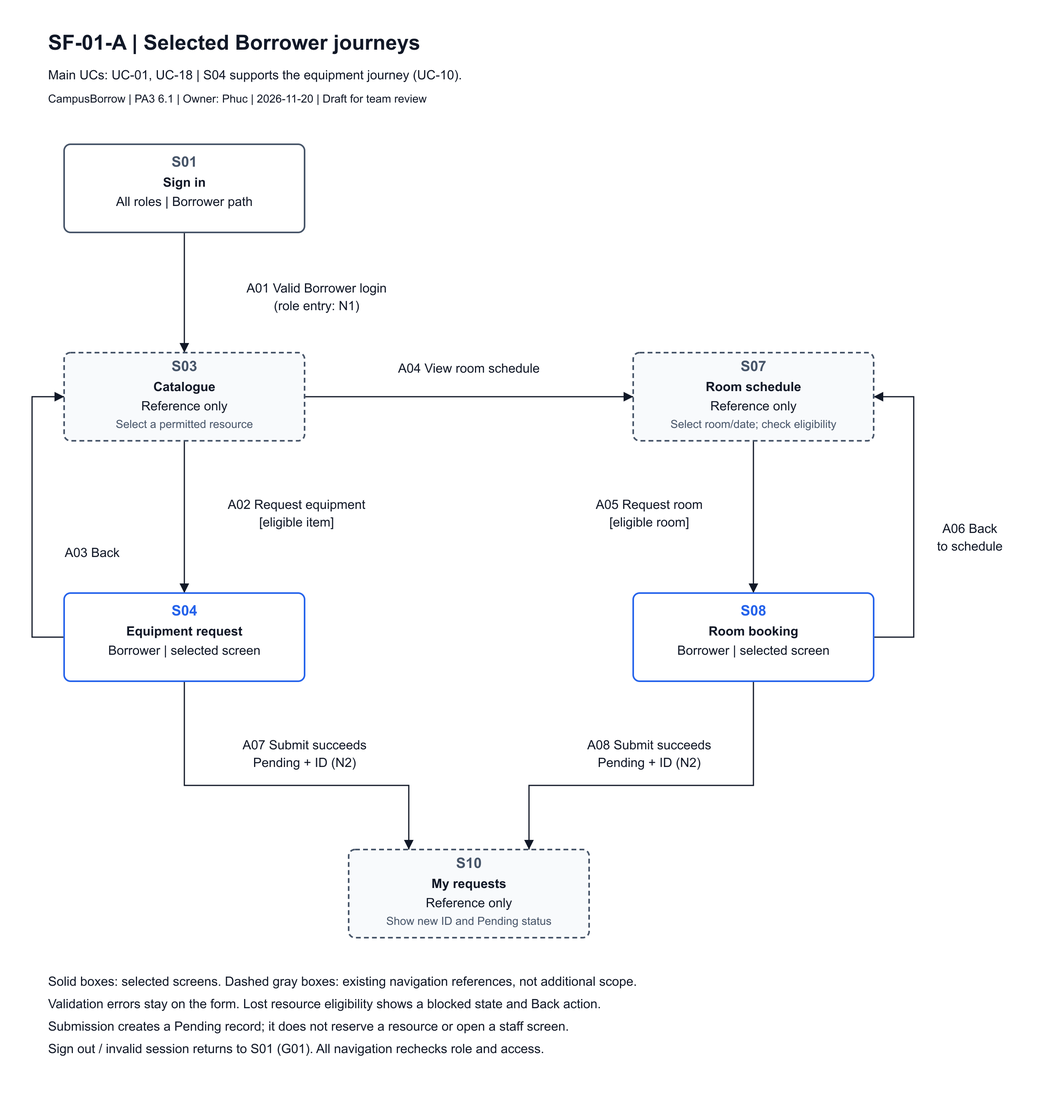
Earlier version of the draw.io export docs/design/screen-flow/SF-01-A_borrower.drawio.png (JuliaTrang/T09-CampusBorrow). Source tidied: cells renumbered, new cells last; positions are measured from the earlier drawing's top-left corner, leaving out a move shared by most shapes. Its diagram source:
```xml
<mxGraphModel background="#FFFFFF">
  <root>
    <mxCell id="0" />
    <mxCell id="1" parent="0" />
    <mxCell id="2" value="SF-01-A | Selected Borrower journeys" style="text;html=0;align=left;verticalAlign=top;whiteSpace=wrap;overflow=visible;fontFamily=Arial;fontSize=26;fontColor=#111827;fontStyle=1;spacing=0;" parent="1" vertex="1">
      <mxGeometry x="20" width="1200" height="35" as="geometry" />
    </mxCell>
    <mxCell id="3" value="Main UCs: UC-01, UC-18 | S04 supports the equipment journey (UC-10)." style="text;html=0;align=left;verticalAlign=top;whiteSpace=wrap;overflow=visible;fontFamily=Arial;fontSize=16;fontColor=#111827;fontStyle=0;spacing=0;" parent="1" vertex="1">
      <mxGeometry x="20" y="47" width="1200" height="26" as="geometry" />
    </mxCell>
    <mxCell id="4" value="CampusBorrow | PA3 6.1 | Owner: Phuc | 2026-11-20 | Draft for team review" style="text;html=0;align=left;verticalAlign=top;whiteSpace=wrap;overflow=visible;fontFamily=Arial;fontSize=14;fontColor=#111827;fontStyle=0;spacing=0;" parent="1" vertex="1">
      <mxGeometry x="20" y="78" width="1200" height="26" as="geometry" />
    </mxCell>
    <mxCell id="5" value="S01 Sign in All roles | Borrower path" style="rounded=1;arcSize=10;whiteSpace=wrap;html=0;fillColor=#FFFFFF;dashed=0;strokeColor=#475569;strokeWidth=2;fontFamily=Arial;fontSize=16;fontColor=#111827;align=center;verticalAlign=middle;spacing=10;" parent="1" vertex="1">
      <mxGeometry x="40" y="144" width="300" height="110" as="geometry" />
    </mxCell>
    <mxCell id="6" value="S03 Catalogue Reference only Select a permitted resource" style="rounded=1;arcSize=10;whiteSpace=wrap;html=0;fillColor=#F8FAFC;dashed=1;strokeColor=#475569;strokeWidth=2;fontFamily=Arial;fontSize=16;fontColor=#111827;align=center;verticalAlign=middle;spacing=10;" parent="1" vertex="1">
      <mxGeometry x="40" y="404" width="300" height="110" as="geometry" />
    </mxCell>
    <mxCell id="7" value="S07 Room schedule Reference only Select room/date; check eligibility" style="rounded=1;arcSize=10;whiteSpace=wrap;html=0;fillColor=#F8FAFC;dashed=1;strokeColor=#475569;strokeWidth=2;fontFamily=Arial;fontSize=16;fontColor=#111827;align=center;verticalAlign=middle;spacing=10;" parent="1" vertex="1">
      <mxGeometry x="750" y="404" width="300" height="110" as="geometry" />
    </mxCell>
    <mxCell id="8" value="S04 Equipment request Borrower | selected screen" style="rounded=1;arcSize=10;whiteSpace=wrap;html=0;fillColor=#FFFFFF;dashed=0;strokeColor=#2563EB;strokeWidth=2;fontFamily=Arial;fontSize=16;fontColor=#111827;align=center;verticalAlign=middle;spacing=10;" parent="1" vertex="1">
      <mxGeometry x="40" y="704" width="300" height="110" as="geometry" />
    </mxCell>
    <mxCell id="9" value="S08 Room booking Borrower | selected screen" style="rounded=1;arcSize=10;whiteSpace=wrap;html=0;fillColor=#FFFFFF;dashed=0;strokeColor=#2563EB;strokeWidth=2;fontFamily=Arial;fontSize=16;fontColor=#111827;align=center;verticalAlign=middle;spacing=10;" parent="1" vertex="1">
      <mxGeometry x="750" y="704" width="300" height="110" as="geometry" />
    </mxCell>
    <mxCell id="10" value="S10 My requests Reference only Show new ID and Pending status" style="rounded=1;arcSize=10;whiteSpace=wrap;html=0;fillColor=#F8FAFC;dashed=1;strokeColor=#475569;strokeWidth=2;fontFamily=Arial;fontSize=16;fontColor=#111827;align=center;verticalAlign=middle;spacing=10;" parent="1" vertex="1">
      <mxGeometry x="395" y="1024" width="300" height="110" as="geometry" />
    </mxCell>
    <mxCell id="11" style="edgeStyle=none;rounded=0;html=0;strokeColor=#111827;strokeWidth=1.5;endArrow=block;endFill=1;endSize=9;dashed=0;exitX=0.5;exitY=1;exitPerimeter=0;entryX=0.5;entryY=0;entryPerimeter=0;" parent="1" edge="1" source="5" target="6">
      <mxGeometry relative="1" as="geometry" />
    </mxCell>
    <mxCell id="12" value="A01 Valid Borrower login (role entry: N1)" style="text;html=0;align=center;verticalAlign=top;whiteSpace=wrap;overflow=visible;fontFamily=Arial;fontSize=16;fontColor=#111827;fontStyle=0;spacing=0;" parent="1" vertex="1">
      <mxGeometry x="247" y="313" width="216" height="44" as="geometry" />
    </mxCell>
    <mxCell id="13" style="edgeStyle=none;rounded=0;html=0;strokeColor=#111827;strokeWidth=1.5;endArrow=block;endFill=1;endSize=9;dashed=0;exitX=0.5;exitY=1;exitPerimeter=0;entryX=0.5;entryY=0;entryPerimeter=0;" parent="1" edge="1" source="6" target="8">
      <mxGeometry relative="1" as="geometry" />
    </mxCell>
    <mxCell id="14" value="A02 Request equipment [eligible item]" style="text;html=0;align=center;verticalAlign=top;whiteSpace=wrap;overflow=visible;fontFamily=Arial;fontSize=16;fontColor=#111827;fontStyle=0;spacing=0;" parent="1" vertex="1">
      <mxGeometry x="234.8" y="583" width="190.5" height="44" as="geometry" />
    </mxCell>
    <mxCell id="15" style="edgeStyle=none;rounded=0;html=0;strokeColor=#111827;strokeWidth=1.5;endArrow=block;endFill=1;endSize=9;dashed=0;exitX=0;exitY=0.5;exitPerimeter=0;entryX=0;entryY=0.5;entryPerimeter=0;" parent="1" edge="1" source="8" target="6">
      <mxGeometry relative="1" as="geometry">
        <Array as="points">
          <mxPoint y="759" />
          <mxPoint y="459" />
        </Array>
      </mxGeometry>
    </mxCell>
    <mxCell id="16" value="A03 Back" style="text;html=0;align=center;verticalAlign=top;whiteSpace=wrap;overflow=visible;fontFamily=Arial;fontSize=16;fontColor=#111827;fontStyle=0;spacing=0;" parent="1" vertex="1">
      <mxGeometry x="35" y="643" width="80" height="22" as="geometry" />
    </mxCell>
    <mxCell id="17" style="edgeStyle=none;rounded=0;html=0;strokeColor=#111827;strokeWidth=1.5;endArrow=block;endFill=1;endSize=9;dashed=0;exitX=1;exitY=0.5;exitPerimeter=0;entryX=0;entryY=0.5;entryPerimeter=0;" parent="1" edge="1" source="6" target="7">
      <mxGeometry relative="1" as="geometry" />
    </mxCell>
    <mxCell id="18" value="A04 View room schedule" style="text;html=0;align=center;verticalAlign=top;whiteSpace=wrap;overflow=visible;fontFamily=Arial;fontSize=16;fontColor=#111827;fontStyle=0;spacing=0;" parent="1" vertex="1">
      <mxGeometry x="445.5" y="413" width="199" height="22" as="geometry" />
    </mxCell>
    <mxCell id="19" style="edgeStyle=none;rounded=0;html=0;strokeColor=#111827;strokeWidth=1.5;endArrow=block;endFill=1;endSize=9;dashed=0;exitX=0.5;exitY=1;exitPerimeter=0;entryX=0.5;entryY=0;entryPerimeter=0;" parent="1" edge="1" source="7" target="9">
      <mxGeometry relative="1" as="geometry" />
    </mxCell>
    <mxCell id="20" value="A05 Request room [eligible room]" style="text;html=0;align=center;verticalAlign=top;whiteSpace=wrap;overflow=visible;fontFamily=Arial;fontSize=16;fontColor=#111827;fontStyle=0;spacing=0;" parent="1" vertex="1">
      <mxGeometry x="696" y="583" width="148" height="44" as="geometry" />
    </mxCell>
    <mxCell id="21" style="edgeStyle=none;rounded=0;html=0;strokeColor=#111827;strokeWidth=1.5;endArrow=block;endFill=1;endSize=9;dashed=0;exitX=1;exitY=0.5;exitPerimeter=0;entryX=1;entryY=0.5;entryPerimeter=0;" parent="1" edge="1" source="9" target="7">
      <mxGeometry relative="1" as="geometry">
        <Array as="points">
          <mxPoint x="1100" y="759" />
          <mxPoint x="1100" y="459" />
        </Array>
      </mxGeometry>
    </mxCell>
    <mxCell id="22" value="A06 Back to schedule" style="text;html=0;align=center;verticalAlign=top;whiteSpace=wrap;overflow=visible;fontFamily=Arial;fontSize=16;fontColor=#111827;fontStyle=0;spacing=0;" parent="1" vertex="1">
      <mxGeometry x="1117.2" y="613" width="105.5" height="44" as="geometry" />
    </mxCell>
    <mxCell id="23" style="edgeStyle=none;rounded=0;html=0;strokeColor=#111827;strokeWidth=1.5;endArrow=block;endFill=1;endSize=9;dashed=0;exitX=0.5;exitY=1;exitPerimeter=0;entryX=0.25;entryY=0;entryPerimeter=0;" parent="1" edge="1" source="8" target="10">
      <mxGeometry relative="1" as="geometry">
        <Array as="points">
          <mxPoint x="190" y="944" />
          <mxPoint x="470" y="944" />
        </Array>
      </mxGeometry>
    </mxCell>
    <mxCell id="24" value="A07 Submit succeeds Pending + ID (N2)" style="text;html=0;align=center;verticalAlign=top;whiteSpace=wrap;overflow=visible;fontFamily=Arial;fontSize=16;fontColor=#111827;fontStyle=0;spacing=0;" parent="1" vertex="1">
      <mxGeometry x="253.2" y="883" width="173.5" height="44" as="geometry" />
    </mxCell>
    <mxCell id="25" style="edgeStyle=none;rounded=0;html=0;strokeColor=#111827;strokeWidth=1.5;endArrow=block;endFill=1;endSize=9;dashed=0;exitX=0.5;exitY=1;exitPerimeter=0;entryX=0.75;entryY=0;entryPerimeter=0;" parent="1" edge="1" source="9" target="10">
      <mxGeometry relative="1" as="geometry">
        <Array as="points">
          <mxPoint x="900" y="944" />
          <mxPoint x="620" y="944" />
        </Array>
      </mxGeometry>
    </mxCell>
    <mxCell id="26" value="A08 Submit succeeds Pending + ID (N2)" style="text;html=0;align=center;verticalAlign=top;whiteSpace=wrap;overflow=visible;fontFamily=Arial;fontSize=16;fontColor=#111827;fontStyle=0;spacing=0;" parent="1" vertex="1">
      <mxGeometry x="683.2" y="883" width="173.5" height="44" as="geometry" />
    </mxCell>
    <mxCell id="27" value="Solid boxes: selected screens. Dashed gray boxes: existing navigation references, not additional scope." style="text;html=0;align=left;verticalAlign=top;whiteSpace=wrap;overflow=visible;fontFamily=Arial;fontSize=16;fontColor=#111827;fontStyle=0;spacing=0;" parent="1" vertex="1">
      <mxGeometry x="20" y="1178" width="1200" height="25" as="geometry" />
    </mxCell>
    <mxCell id="28" value="Validation errors stay on the form. Lost resource eligibility shows a blocked state and Back action." style="text;html=0;align=left;verticalAlign=top;whiteSpace=wrap;overflow=visible;fontFamily=Arial;fontSize=16;fontColor=#111827;fontStyle=0;spacing=0;" parent="1" vertex="1">
      <mxGeometry x="20" y="1206" width="1200" height="25" as="geometry" />
    </mxCell>
    <mxCell id="29" value="Submission creates a Pending record; it does not reserve a resource or open a staff screen." style="text;html=0;align=left;verticalAlign=top;whiteSpace=wrap;overflow=visible;fontFamily=Arial;fontSize=16;fontColor=#111827;fontStyle=0;spacing=0;" parent="1" vertex="1">
      <mxGeometry x="20" y="1234" width="1200" height="25" as="geometry" />
    </mxCell>
    <mxCell id="30" value="Sign out / invalid session returns to S01 (G01). All navigation rechecks role and access." style="text;html=0;align=left;verticalAlign=top;whiteSpace=wrap;overflow=visible;fontFamily=Arial;fontSize=16;fontColor=#111827;fontStyle=0;spacing=0;" parent="1" vertex="1">
      <mxGeometry x="20" y="1262" width="1200" height="25" as="geometry" />
    </mxCell>
  </root>
</mxGraphModel>
```
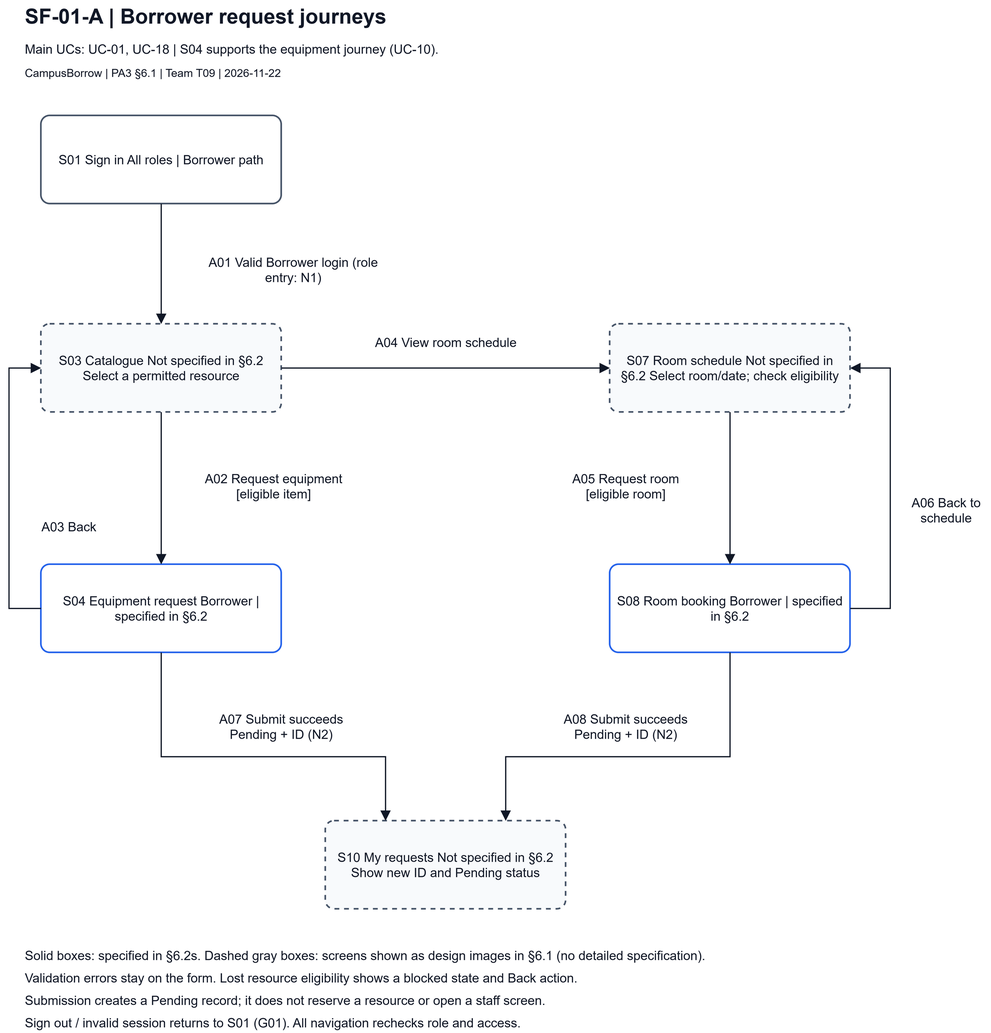
The same diagram one commit later.

The edit, as a diff of the source:
```diff
@@ -2,31 +2,31 @@
   <root>
     <mxCell id="0" />
     <mxCell id="1" parent="0" />
-    <mxCell id="2" value="SF-01-A | Selected Borrower journeys" style="text;html=0;align=left;verticalAlign=top;whiteSpace=wrap;overflow=visible;fontFamily=Arial;fontSize=26;fontColor=#111827;fontStyle=1;spacing=0;" parent="1" vertex="1">
+    <mxCell id="2" value="SF-01-A | Borrower request journeys" style="text;html=0;align=left;verticalAlign=top;whiteSpace=wrap;overflow=visible;fontFamily=Arial;fontSize=26;fontColor=#111827;fontStyle=1;spacing=0;" parent="1" vertex="1">
       <mxGeometry x="20" width="1200" height="35" as="geometry" />
     </mxCell>
     <mxCell id="3" value="Main UCs: UC-01, UC-18 | S04 supports the equipment journey (UC-10)." style="text;html=0;align=left;verticalAlign=top;whiteSpace=wrap;overflow=visible;fontFamily=Arial;fontSize=16;fontColor=#111827;fontStyle=0;spacing=0;" parent="1" vertex="1">
       <mxGeometry x="20" y="47" width="1200" height="26" as="geometry" />
     </mxCell>
-    <mxCell id="4" value="CampusBorrow | PA3 6.1 | Owner: Phuc | 2026-11-20 | Draft for team review" style="text;html=0;align=left;verticalAlign=top;whiteSpace=wrap;overflow=visible;fontFamily=Arial;fontSize=14;fontColor=#111827;fontStyle=0;spacing=0;" parent="1" vertex="1">
+    <mxCell id="4" value="CampusBorrow | PA3 §6.1 | Team T09 | 2026-11-22" style="text;html=0;align=left;verticalAlign=top;whiteSpace=wrap;overflow=visible;fontFamily=Arial;fontSize=14;fontColor=#111827;fontStyle=0;spacing=0;" parent="1" vertex="1">
       <mxGeometry x="20" y="78" width="1200" height="26" as="geometry" />
     </mxCell>
     <mxCell id="5" value="S01 Sign in All roles | Borrower path" style="rounded=1;arcSize=10;whiteSpace=wrap;html=0;fillColor=#FFFFFF;dashed=0;strokeColor=#475569;strokeWidth=2;fontFamily=Arial;fontSize=16;fontColor=#111827;align=center;verticalAlign=middle;spacing=10;" parent="1" vertex="1">
       <mxGeometry x="40" y="144" width="300" height="110" as="geometry" />
     </mxCell>
-    <mxCell id="6" value="S03 Catalogue Reference only Select a permitted resource" style="rounded=1;arcSize=10;whiteSpace=wrap;html=0;fillColor=#F8FAFC;dashed=1;strokeColor=#475569;strokeWidth=2;fontFamily=Arial;fontSize=16;fontColor=#111827;align=center;verticalAlign=middle;spacing=10;" parent="1" vertex="1">
+    <mxCell id="6" value="S03 Catalogue Not specified in §6.2 Select a permitted resource" style="rounded=1;arcSize=10;whiteSpace=wrap;html=0;fillColor=#F8FAFC;dashed=1;strokeColor=#475569;strokeWidth=2;fontFamily=Arial;fontSize=16;fontColor=#111827;align=center;verticalAlign=middle;spacing=10;" parent="1" vertex="1">
       <mxGeometry x="40" y="404" width="300" height="110" as="geometry" />
     </mxCell>
-    <mxCell id="7" value="S07 Room schedule Reference only Select room/date; check eligibility" style="rounded=1;arcSize=10;whiteSpace=wrap;html=0;fillColor=#F8FAFC;dashed=1;strokeColor=#475569;strokeWidth=2;fontFamily=Arial;fontSize=16;fontColor=#111827;align=center;verticalAlign=middle;spacing=10;" parent="1" vertex="1">
+    <mxCell id="7" value="S07 Room schedule Not specified in §6.2 Select room/date; check eligibility" style="rounded=1;arcSize=10;whiteSpace=wrap;html=0;fillColor=#F8FAFC;dashed=1;strokeColor=#475569;strokeWidth=2;fontFamily=Arial;fontSize=16;fontColor=#111827;align=center;verticalAlign=middle;spacing=10;" parent="1" vertex="1">
       <mxGeometry x="750" y="404" width="300" height="110" as="geometry" />
     </mxCell>
-    <mxCell id="8" value="S04 Equipment request Borrower | selected screen" style="rounded=1;arcSize=10;whiteSpace=wrap;html=0;fillColor=#FFFFFF;dashed=0;strokeColor=#2563EB;strokeWidth=2;fontFamily=Arial;fontSize=16;fontColor=#111827;align=center;verticalAlign=middle;spacing=10;" parent="1" vertex="1">
+    <mxCell id="8" value="S04 Equipment request Borrower | specified in §6.2" style="rounded=1;arcSize=10;whiteSpace=wrap;html=0;fillColor=#FFFFFF;dashed=0;strokeColor=#2563EB;strokeWidth=2;fontFamily=Arial;fontSize=16;fontColor=#111827;align=center;verticalAlign=middle;spacing=10;" parent="1" vertex="1">
       <mxGeometry x="40" y="704" width="300" height="110" as="geometry" />
     </mxCell>
-    <mxCell id="9" value="S08 Room booking Borrower | selected screen" style="rounded=1;arcSize=10;whiteSpace=wrap;html=0;fillColor=#FFFFFF;dashed=0;strokeColor=#2563EB;strokeWidth=2;fontFamily=Arial;fontSize=16;fontColor=#111827;align=center;verticalAlign=middle;spacing=10;" parent="1" vertex="1">
+    <mxCell id="9" value="S08 Room booking Borrower | specified in §6.2" style="rounded=1;arcSize=10;whiteSpace=wrap;html=0;fillColor=#FFFFFF;dashed=0;strokeColor=#2563EB;strokeWidth=2;fontFamily=Arial;fontSize=16;fontColor=#111827;align=center;verticalAlign=middle;spacing=10;" parent="1" vertex="1">
       <mxGeometry x="750" y="704" width="300" height="110" as="geometry" />
     </mxCell>
-    <mxCell id="10" value="S10 My requests Reference only Show new ID and Pending status" style="rounded=1;arcSize=10;whiteSpace=wrap;html=0;fillColor=#F8FAFC;dashed=1;strokeColor=#475569;strokeWidth=2;fontFamily=Arial;fontSize=16;fontColor=#111827;align=center;verticalAlign=middle;spacing=10;" parent="1" vertex="1">
+    <mxCell id="10" value="S10 My requests Not specified in §6.2 Show new ID and Pending status" style="rounded=1;arcSize=10;whiteSpace=wrap;html=0;fillColor=#F8FAFC;dashed=1;strokeColor=#475569;strokeWidth=2;fontFamily=Arial;fontSize=16;fontColor=#111827;align=center;verticalAlign=middle;spacing=10;" parent="1" vertex="1">
       <mxGeometry x="395" y="1024" width="300" height="110" as="geometry" />
     </mxCell>
     <mxCell id="11" style="edgeStyle=none;rounded=0;html=0;strokeColor=#111827;strokeWidth=1.5;endArrow=block;endFill=1;endSize=9;dashed=0;exitX=0.5;exitY=1;exitPerimeter=0;entryX=0.5;entryY=0;entryPerimeter=0;" parent="1" edge="1" source="5" target="6">
@@ -97,7 +97,7 @@
     <mxCell id="26" value="A08 Submit succeeds Pending + ID (N2)" style="text;html=0;align=center;verticalAlign=top;whiteSpace=wrap;overflow=visible;fontFamily=Arial;fontSize=16;fontColor=#111827;fontStyle=0;spacing=0;" parent="1" vertex="1">
       <mxGeometry x="683.2" y="883" width="173.5" height="44" as="geometry" />
     </mxCell>
-    <mxCell id="27" value="Solid boxes: selected screens. Dashed gray boxes: existing navigation references, not additional scope." style="text;html=0;align=left;verticalAlign=top;whiteSpace=wrap;overflow=visible;fontFamily=Arial;fontSize=16;fontColor=#111827;fontStyle=0;spacing=0;" parent="1" vertex="1">
+    <mxCell id="27" value="Solid boxes: specified in §6.2s. Dashed gray boxes: screens shown as design images in §6.1 (no detailed specification)." style="text;html=0;align=left;verticalAlign=top;whiteSpace=wrap;overflow=visible;fontFamily=Arial;fontSize=16;fontColor=#111827;fontStyle=0;spacing=0;" parent="1" vertex="1">
       <mxGeometry x="20" y="1178" width="1200" height="25" as="geometry" />
     </mxCell>
     <mxCell id="28" value="Validation errors stay on the form. Lost resource eligibility shows a blocked state and Back action." style="text;html=0;align=left;verticalAlign=top;whiteSpace=wrap;overflow=visible;fontFamily=Arial;fontSize=16;fontColor=#111827;fontStyle=0;spacing=0;" parent="1" vertex="1">
```
